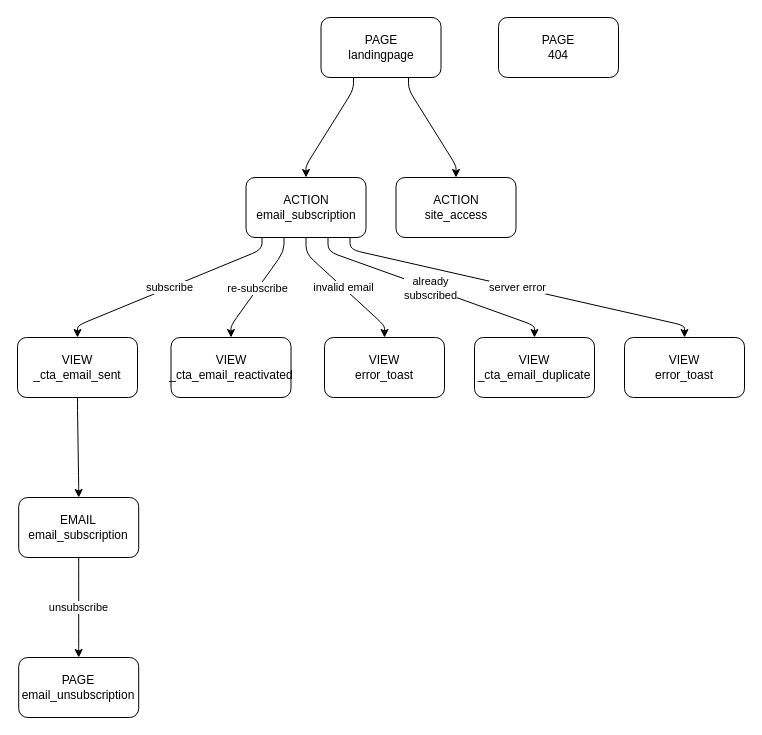
Above: design/landingpage.drawio in Diquadro/TrickyDragons-Website (draw.io), before the change. Source tidied: cells renumbered, new cells numbered last; positions are measured from the earlier drawing's top-left corner, leaving out a move shared by most shapes. Both pictures are drawn from the tidied source at 100%, with x=0, y=0 at pixel (17, 17).
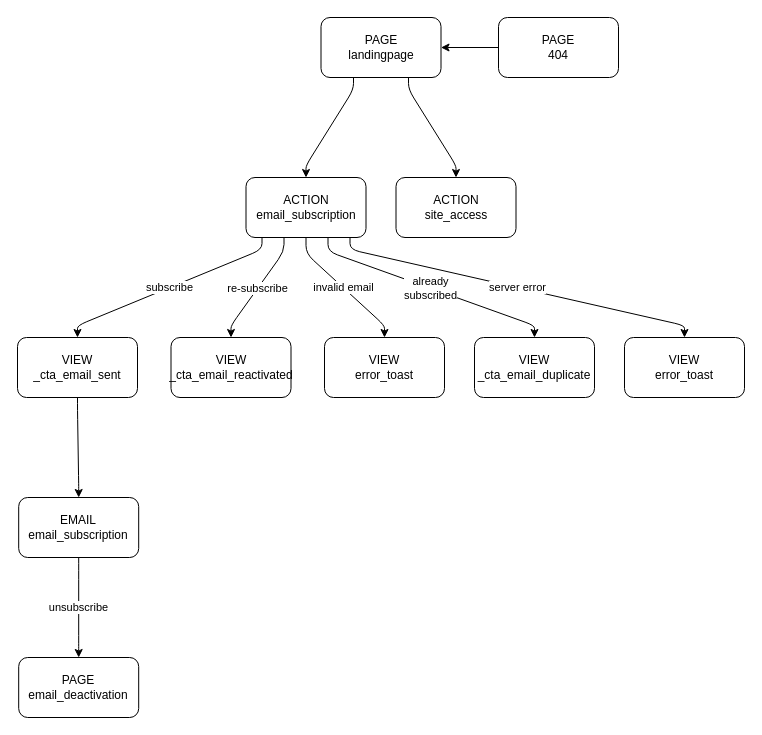
The same page after the edit.

Commit message (it also covers changes not shown here):
email_subscription rename to email_deactivation - email_deactivation added to dist

Unchanged cells that the change refers to:
```xml
<mxCell id="3" value="PAGE&lt;br&gt;landingpage" style="rounded=1;whiteSpace=wrap;html=1;" parent="1" vertex="1">
  <mxGeometry x="303.5" width="120" height="60" as="geometry" />
</mxCell>
<mxCell id="21" value="PAGE&lt;br&gt;404" style="rounded=1;whiteSpace=wrap;html=1;" parent="1" vertex="1">
  <mxGeometry x="481" width="120" height="60" as="geometry" />
</mxCell>
```

The edit, as a diff of the source:
```diff
@@
-    <mxCell id="19" value="PAGE&lt;br&gt;email_unsubscription" style="whiteSpace=wrap;html=1;rounded=1;" parent="1" vertex="1">
+    <mxCell id="19" value="PAGE&lt;br&gt;email_deactivation" style="whiteSpace=wrap;html=1;rounded=1;" parent="1" vertex="1">
       <mxGeometry x="1.2" y="640" width="120" height="60" as="geometry" />
     </mxCell>
@@
+    <mxCell id="22" style="edgeStyle=none;html=1;" parent="1" edge="1" source="21" target="3">
+      <mxGeometry relative="1" as="geometry" />
+    </mxCell>
```
